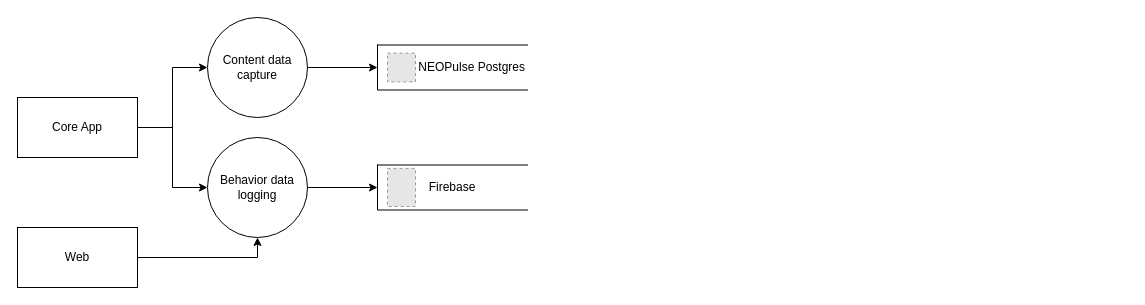
This is PVADL_NewPulse_DFD.drawio from EpicM97/EpicM, a draw.io file, before an edit. Source tidied: cells renumbered, new cells numbered last; positions are measured from the earlier drawing's top-left corner, leaving out a move shared by most shapes. Both pictures are drawn from the tidied source at 100%, with x=0, y=0 at pixel (17, 17). Pictures stored in the file or linked from it are replaced by grey dashed boxes.
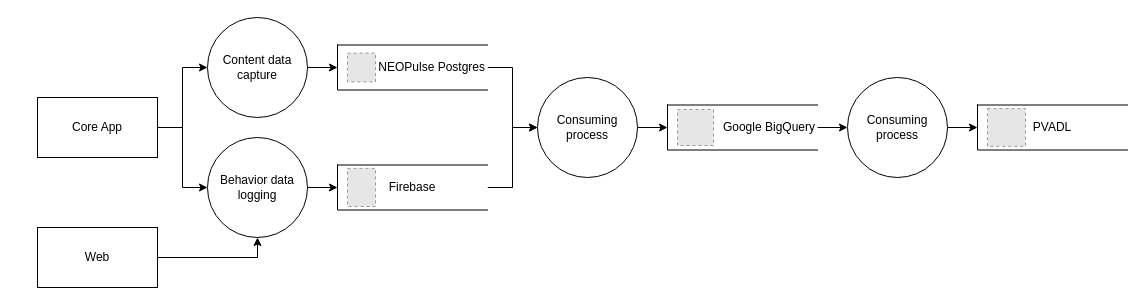
The same diagram, later.

What changed in the source:
```diff
@@
     <mxCell id="4" value="Core App" style="html=1;dashed=0;whiteSpace=wrap;" parent="1" vertex="1">
-      <mxGeometry y="80" width="120" height="60" as="geometry" />
+      <mxGeometry x="20" y="80" width="120" height="60" as="geometry" />
     </mxCell>
@@
     <mxCell id="6" value="Web" style="html=1;dashed=0;whiteSpace=wrap;" parent="1" vertex="1">
-      <mxGeometry y="210" width="120" height="60" as="geometry" />
+      <mxGeometry x="20" y="210" width="120" height="60" as="geometry" />
     </mxCell>
-    <mxCell id="7" value="Firebase" style="html=1;dashed=0;whiteSpace=wrap;shape=partialRectangle;right=0;align=center;" parent="1" vertex="1">
-      <mxGeometry x="360" y="147.5" width="150" height="45" as="geometry" />
-    </mxCell>
+    <mxCell id="15" style="edgeStyle=orthogonalEdgeStyle;rounded=0;jettySize=auto;html=1;entryX=0;entryY=0.5;entryDx=0;entryDy=0;" parent="1" edge="1" source="7" target="18">
+      <mxGeometry relative="1" as="geometry" />
+    </mxCell>
@@
+    <mxCell id="16" style="edgeStyle=orthogonalEdgeStyle;rounded=0;jettySize=auto;html=1;" parent="1" edge="1" source="12" target="18">
+      <mxGeometry relative="1" as="geometry" />
+    </mxCell>
+    <mxCell id="17" style="edgeStyle=orthogonalEdgeStyle;rounded=0;jettySize=auto;html=1;entryX=0;entryY=0.5;entryDx=0;entryDy=0;" parent="1" edge="1" source="18" target="24">
+      <mxGeometry relative="1" as="geometry" />
+    </mxCell>
+    <mxCell id="18" value="Consuming process" style="shape=ellipse;html=1;dashed=0;whiteSpace=wrap;perimeter=ellipsePerimeter;" parent="1" vertex="1">
+      <mxGeometry x="520" y="60" width="100" height="100" as="geometry" />
+    </mxCell>
+    <mxCell id="19" style="edgeStyle=orthogonalEdgeStyle;rounded=0;jettySize=auto;html=1;entryX=0;entryY=0.5;entryDx=0;entryDy=0;" parent="1" edge="1" source="20" target="27">
+      <mxGeometry relative="1" as="geometry" />
+    </mxCell>
+    <mxCell id="20" value="Consuming process" style="shape=ellipse;html=1;dashed=0;whiteSpace=wrap;perimeter=ellipsePerimeter;" parent="1" vertex="1">
+      <mxGeometry x="830" y="60" width="100" height="100" as="geometry" />
+    </mxCell>
+    <mxCell id="21" style="group;" parent="1" vertex="1">
+      <mxGeometry x="320" y="27.5" width="150" height="45" as="geometry" />
+    </mxCell>
-    <mxCell id="12" value="NEOPulse Postgres" style="html=1;dashed=0;whiteSpace=wrap;shape=partialRectangle;right=0;align=right;" parent="1" vertex="1">
-      <mxGeometry x="360" y="27.5" width="150" height="45" as="geometry" />
+    <mxCell id="12" value="NEOPulse Postgres" style="html=1;dashed=0;whiteSpace=wrap;shape=partialRectangle;right=0;align=right;" parent="21" vertex="1">
+      <mxGeometry width="150" height="45" as="geometry" />
     </mxCell>
+    <mxCell id="14" style="fillColor=#E6E6E6;strokeColor=#999999;dashed=1;verticalLabelPosition=bottom;labelBackgroundColor=default;verticalAlign=top;" parent="21" vertex="1">
+      <mxGeometry x="10" y="8.1" width="28" height="28.8" as="geometry" />
+    </mxCell>
+    <mxCell id="22" style="group;" parent="1" vertex="1">
+      <mxGeometry x="320" y="147.5" width="150" height="45" as="geometry" />
+    </mxCell>
+    <mxCell id="7" value="Firebase" style="html=1;dashed=0;whiteSpace=wrap;shape=partialRectangle;right=0;align=center;" parent="22" vertex="1">
+      <mxGeometry width="150" height="45" as="geometry" />
+    </mxCell>
-    <mxCell id="13" style="fillColor=#E6E6E6;strokeColor=#999999;dashed=1;verticalLabelPosition=bottom;labelBackgroundColor=default;verticalAlign=top;" parent="1" vertex="1">
-      <mxGeometry x="370" y="150.9" width="28" height="38.1" as="geometry" />
+    <mxCell id="13" style="fillColor=#E6E6E6;strokeColor=#999999;dashed=1;verticalLabelPosition=bottom;labelBackgroundColor=default;verticalAlign=top;" parent="22" vertex="1">
+      <mxGeometry x="10" y="3.4" width="28" height="38.1" as="geometry" />
     </mxCell>
-    <mxCell id="14" style="fillColor=#E6E6E6;strokeColor=#999999;dashed=1;verticalLabelPosition=bottom;labelBackgroundColor=default;verticalAlign=top;" parent="1" vertex="1">
-      <mxGeometry x="370" y="35.6" width="28" height="28.8" as="geometry" />
-    </mxCell>
+    <mxCell id="23" style="group;" parent="1" vertex="1">
+      <mxGeometry x="650" y="87.5" width="150" height="45" as="geometry" />
+    </mxCell>
+    <mxCell id="24" value="Google BigQuery" style="html=1;dashed=0;whiteSpace=wrap;shape=partialRectangle;right=0;align=right;" parent="23" vertex="1">
+      <mxGeometry width="150" height="45" as="geometry" />
+    </mxCell>
+    <mxCell id="25" style="fillColor=#E6E6E6;strokeColor=#999999;dashed=1;verticalLabelPosition=bottom;labelBackgroundColor=default;verticalAlign=top;" parent="23" vertex="1">
+      <mxGeometry x="10" y="4.5" width="36" height="36" as="geometry" />
+    </mxCell>
+    <mxCell id="26" style="edgeStyle=orthogonalEdgeStyle;rounded=0;jettySize=auto;html=1;entryX=0;entryY=0.5;entryDx=0;entryDy=0;" parent="1" edge="1" source="24" target="20">
+      <mxGeometry relative="1" as="geometry" />
+    </mxCell>
+    <mxCell id="27" value="PVADL" style="html=1;dashed=0;whiteSpace=wrap;shape=partialRectangle;right=0;align=center;" parent="1" vertex="1">
+      <mxGeometry x="960" y="87.5" width="150" height="45" as="geometry" />
+    </mxCell>
+    <mxCell id="28" style="fillColor=#E6E6E6;strokeColor=#999999;dashed=1;verticalLabelPosition=bottom;labelBackgroundColor=default;verticalAlign=top;" parent="1" vertex="1">
+      <mxGeometry x="970" y="91.1" width="38" height="37.8" as="geometry" />
+    </mxCell>
```
